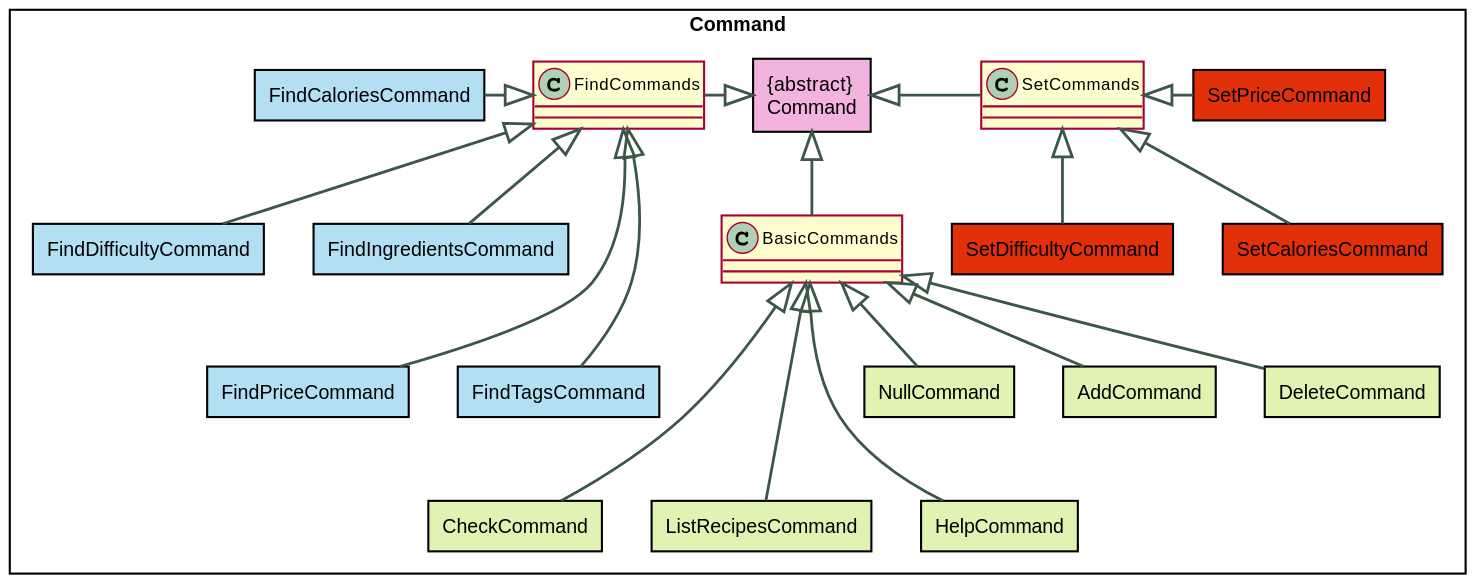
The PlantUML diagram docs/RenderedUML/CommandRects.svg in nus-cs2113-AY2122S1/tp, before a commit.
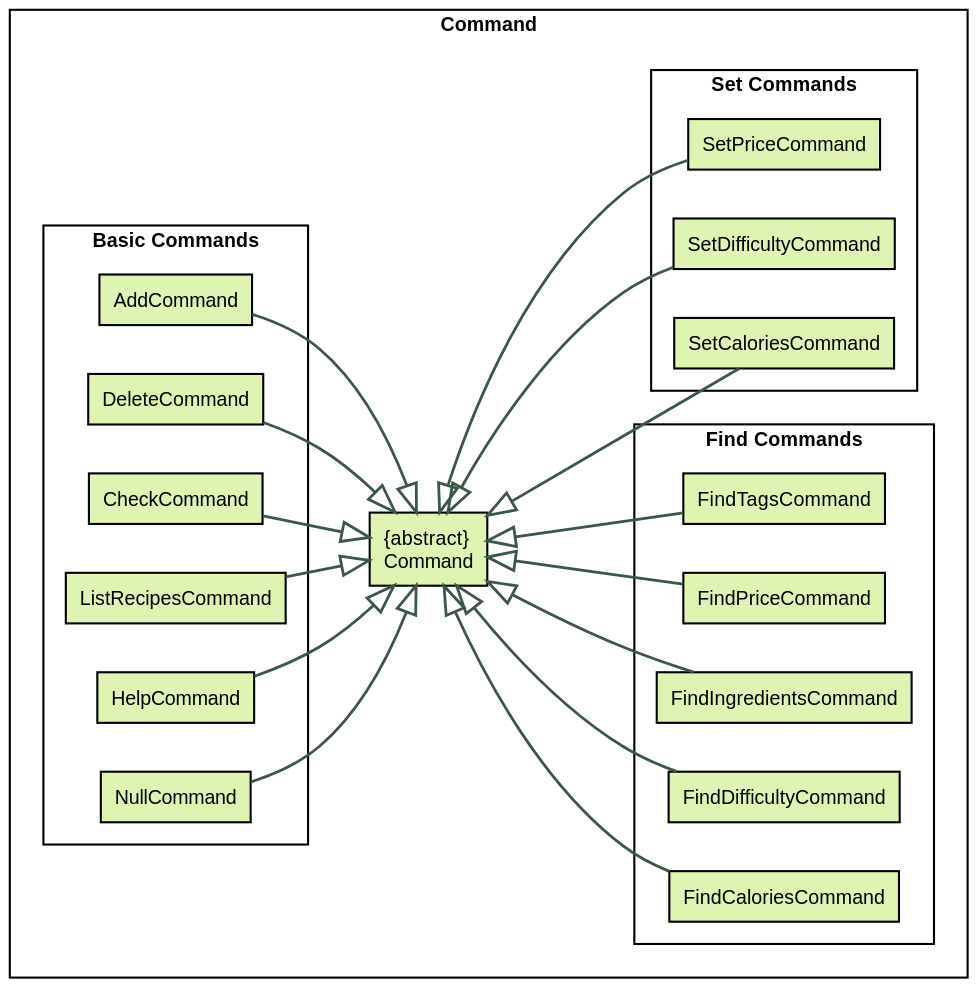
After the commit.

The edit, as a diff of the source:
```diff
@@ -1,70 +1,73 @@
 @startuml
 !include Style.puml
 skinparam ArrowColor LOGIC_GREEN_4
+left to right direction
 
 rectangle "Command" {
-    rectangle "{abstract}\nCommand" LOGIC_PINK_1 {
+    rectangle "{abstract}\nCommand" LOGIC_GREEN_1 {
     }
 
-    rectangle AddCommand LOGIC_GREEN_1 {
+    rectangle "Basic Commands" {
+        rectangle AddCommand LOGIC_GREEN_1 {
+        }
+
+        rectangle DeleteCommand LOGIC_GREEN_1 {
+        }
+
+        rectangle CheckCommand LOGIC_GREEN_1 {
+        }
+
+        rectangle ListRecipesCommand LOGIC_GREEN_1 {
+        }
+
+        rectangle HelpCommand LOGIC_GREEN_1 {
+        }
+
+        rectangle NullCommand LOGIC_GREEN_1 {
+        }
     }
 
-    rectangle DeleteCommand LOGIC_GREEN_1 {
+    Rectangle "Find Commands" {
+        rectangle FindCaloriesCommand LOGIC_GREEN_1 {
+        }
+
+        rectangle FindDifficultyCommand LOGIC_GREEN_1 {
+        }
+
+        rectangle FindIngredientsCommand LOGIC_GREEN_1 {
+        }
+
+        rectangle FindPriceCommand LOGIC_GREEN_1 {
+        }
+
+        rectangle FindTagsCommand LOGIC_GREEN_1 {
+        }
     }
 
-    rectangle CheckCommand LOGIC_GREEN_1 {
+    rectangle "Set Commands" {
+        rectangle SetCaloriesCommand LOGIC_GREEN_1 {
+        }
+
+        rectangle SetDifficultyCommand LOGIC_GREEN_1 {
+        }
+
+        rectangle SetPriceCommand LOGIC_GREEN_1 {
+        }
     }
 
-    rectangle ListRecipesCommand LOGIC_GREEN_1 {
-    }
-
-    rectangle HelpCommand LOGIC_GREEN_1 {
-    }
-
-    rectangle NullCommand LOGIC_GREEN_1 {
-    }
-
-    rectangle FindCaloriesCommand LOGIC_BLUE_1 {
-    }
-
-    rectangle FindDifficultyCommand LOGIC_BLUE_1 {
-    }
-
-    rectangle FindIngredientsCommand LOGIC_BLUE_1 {
-    }
-
-    rectangle FindPriceCommand LOGIC_BLUE_1 {
-    }
-
-    rectangle FindTagsCommand LOGIC_BLUE_1 {
-    }
-
-    rectangle SetCaloriesCommand LOGIC_RED_1 {
-    }
-
-    rectangle SetDifficultyCommand LOGIC_RED_1 {
-    }
-
-    rectangle SetPriceCommand LOGIC_RED_1 {
-    }
-
-
-    "{abstract}\nCommand" <|-down- "BasicCommands"
-    "{abstract}\nCommand" <|-left- "FindCommands"
-    "{abstract}\nCommand" <|-right- "SetCommands"
-    "BasicCommands" <|-- AddCommand
-    "BasicCommands" <|-- DeleteCommand
-    "BasicCommands" <|--- CheckCommand
-    "BasicCommands" <|--- ListRecipesCommand
-    "BasicCommands" <|--- HelpCommand
-    "BasicCommands" <|-- NullCommand
-    "FindCommands" <|-left- FindCaloriesCommand
-    "FindCommands" <|-- FindDifficultyCommand
-    "FindCommands" <|-- FindIngredientsCommand
-    "FindCommands" <|--- FindPriceCommand
-    "FindCommands" <|--- FindTagsCommand
-    "SetCommands" <|-- SetCaloriesCommand
-    "SetCommands" <|-- SetDifficultyCommand
-    "SetCommands" <|- SetPriceCommand
+    AddCommand --|> "{abstract}\nCommand"
+    DeleteCommand --|> "{abstract}\nCommand"
+    CheckCommand --|> "{abstract}\nCommand"
+    ListRecipesCommand --|> "{abstract}\nCommand"
+    HelpCommand --|> "{abstract}\nCommand"
+    NullCommand --|> "{abstract}\nCommand"
+    "{abstract}\nCommand" <|--- FindCaloriesCommand
+    "{abstract}\nCommand" <|--- FindDifficultyCommand
+    "{abstract}\nCommand" <|--- FindIngredientsCommand
+    "{abstract}\nCommand" <|--- FindPriceCommand
+    "{abstract}\nCommand" <|--- FindTagsCommand
+    "{abstract}\nCommand" <|--- SetCaloriesCommand
+    "{abstract}\nCommand" <|-- SetDifficultyCommand
+    "{abstract}\nCommand" <|-- SetPriceCommand
 }
 @enduml
```
